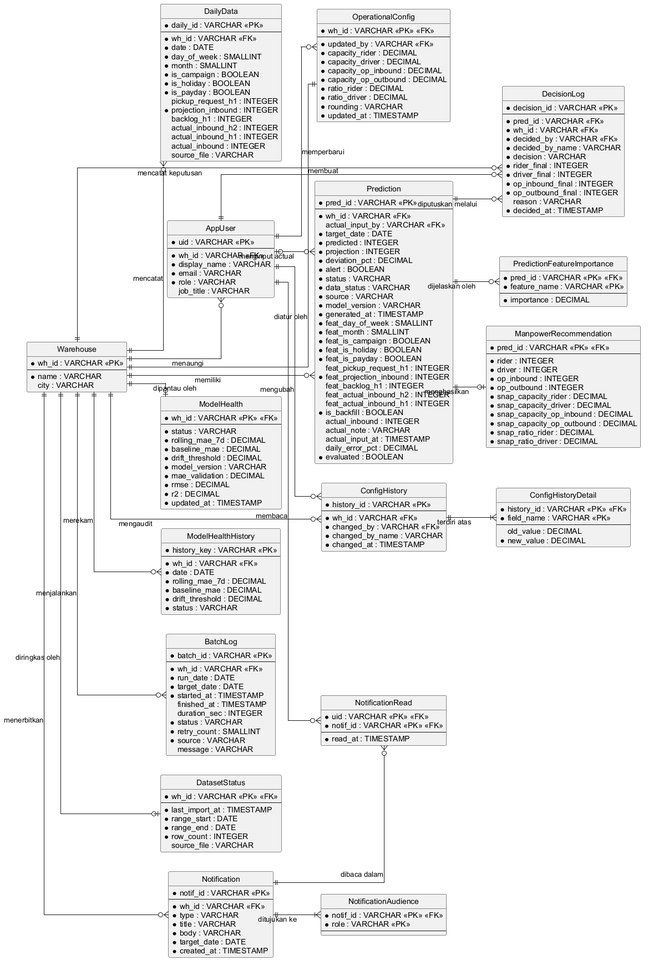
Above: docs/img/erd.png in ILY-Code-1/Flutter-RandomForest-Wipas (PlantUML), before the change. Its diagram source:
```plantuml
@startuml erd
skinparam defaultFontName Arial
skinparam shadowing false
hide circle
skinparam linetype ortho
left to right direction
entity Warehouse {
  * wh_id : VARCHAR <<PK>>
  --
  * name : VARCHAR
  city : VARCHAR
}
entity AppUser {
  * uid : VARCHAR <<PK>>
  --
  * wh_id : VARCHAR <<FK>>
  * display_name : VARCHAR
  * email : VARCHAR
  * role : VARCHAR
  job_title : VARCHAR
}
entity DailyData {
  * daily_id : VARCHAR <<PK>>
  --
  * wh_id : VARCHAR <<FK>>
  * date : DATE
  * day_of_week : SMALLINT
  * month : SMALLINT
  * is_campaign : BOOLEAN
  * is_holiday : BOOLEAN
  * is_payday : BOOLEAN
  pickup_request_h1 : INTEGER
  * projection_inbound : INTEGER
  backlog_h1 : INTEGER
  actual_inbound_h2 : INTEGER
  actual_inbound_h1 : INTEGER
  actual_inbound : INTEGER
  source_file : VARCHAR
}
entity Prediction {
  * pred_id : VARCHAR <<PK>>
  --
  * wh_id : VARCHAR <<FK>>
  actual_input_by : VARCHAR <<FK>>
  * target_date : DATE
  * predicted : INTEGER
  * projection : INTEGER
  * deviation_pct : DECIMAL
  * alert : BOOLEAN
  * status : VARCHAR
  * data_status : VARCHAR
  * source : VARCHAR
  * model_version : VARCHAR
  * generated_at : TIMESTAMP
  * feat_day_of_week : SMALLINT
  * feat_month : SMALLINT
  * feat_is_campaign : BOOLEAN
  * feat_is_holiday : BOOLEAN
  * feat_is_payday : BOOLEAN
  feat_pickup_request_h1 : INTEGER
  * feat_projection_inbound : INTEGER
  feat_backlog_h1 : INTEGER
  feat_actual_inbound_h2 : INTEGER
  feat_actual_inbound_h1 : INTEGER
  * is_backfill : BOOLEAN
  actual_inbound : INTEGER
  actual_note : VARCHAR
  actual_input_at : TIMESTAMP
  daily_error_pct : DECIMAL
  * evaluated : BOOLEAN
}
entity ManpowerRecommendation {
  * pred_id : VARCHAR <<PK>> <<FK>>
  --
  * rider : INTEGER
  * driver : INTEGER
  * op_inbound : INTEGER
  * op_outbound : INTEGER
  * snap_capacity_rider : DECIMAL
  * snap_capacity_driver : DECIMAL
  * snap_capacity_op_inbound : DECIMAL
  * snap_capacity_op_outbound : DECIMAL
  * snap_ratio_rider : DECIMAL
  * snap_ratio_driver : DECIMAL
}
entity PredictionFeatureImportance {
  * pred_id : VARCHAR <<PK>> <<FK>>
  * feature_name : VARCHAR <<PK>>
  --
  * importance : DECIMAL
}
entity OperationalConfig {
  * wh_id : VARCHAR <<PK>> <<FK>>
  --
  * updated_by : VARCHAR <<FK>>
  * capacity_rider : DECIMAL
  * capacity_driver : DECIMAL
  * capacity_op_inbound : DECIMAL
  * capacity_op_outbound : DECIMAL
  * ratio_rider : DECIMAL
  * ratio_driver : DECIMAL
  * rounding : VARCHAR
  * updated_at : TIMESTAMP
}
entity ConfigHistory {
  * history_id : VARCHAR <<PK>>
  --
  * wh_id : VARCHAR <<FK>>
  * changed_by : VARCHAR <<FK>>
  * changed_by_name : VARCHAR
  * changed_at : TIMESTAMP
}
entity ConfigHistoryDetail {
  * history_id : VARCHAR <<PK>> <<FK>>
  * field_name : VARCHAR <<PK>>
  --
  old_value : DECIMAL
  * new_value : DECIMAL
}
entity DecisionLog {
  * decision_id : VARCHAR <<PK>>
  --
  * pred_id : VARCHAR <<FK>>
  * wh_id : VARCHAR <<FK>>
  * decided_by : VARCHAR <<FK>>
  * decided_by_name : VARCHAR
  * decision : VARCHAR
  * rider_final : INTEGER
  * driver_final : INTEGER
  * op_inbound_final : INTEGER
  * op_outbound_final : INTEGER
  reason : VARCHAR
  * decided_at : TIMESTAMP
}
entity ModelHealth {
  * wh_id : VARCHAR <<PK>> <<FK>>
  --
  * status : VARCHAR
  * rolling_mae_7d : DECIMAL
  * baseline_mae : DECIMAL
  * drift_threshold : DECIMAL
  * model_version : VARCHAR
  * mae_validation : DECIMAL
  * rmse : DECIMAL
  * r2 : DECIMAL
  * updated_at : TIMESTAMP
}
entity ModelHealthHistory {
  * history_key : VARCHAR <<PK>>
  --
  * wh_id : VARCHAR <<FK>>
  * date : DATE
  * rolling_mae_7d : DECIMAL
  * baseline_mae : DECIMAL
  * drift_threshold : DECIMAL
  * status : VARCHAR
}
entity BatchLog {
  * batch_id : VARCHAR <<PK>>
  --
  * wh_id : VARCHAR <<FK>>
  * run_date : DATE
  * target_date : DATE
  * started_at : TIMESTAMP
  finished_at : TIMESTAMP
  duration_sec : INTEGER
  * status : VARCHAR
  * retry_count : SMALLINT
  * source : VARCHAR
  message : VARCHAR
}
entity DatasetStatus {
  * wh_id : VARCHAR <<PK>> <<FK>>
  --
  * last_import_at : TIMESTAMP
  * range_start : DATE
  * range_end : DATE
  * row_count : INTEGER
  source_file : VARCHAR
}
entity Notification {
  * notif_id : VARCHAR <<PK>>
  --
  * wh_id : VARCHAR <<FK>>
  * type : VARCHAR
  * title : VARCHAR
  * body : VARCHAR
  * target_date : DATE
  * created_at : TIMESTAMP
}
entity NotificationAudience {
  * notif_id : VARCHAR <<PK>> <<FK>>
  * role : VARCHAR <<PK>>
  --
}
entity NotificationRead {
  * uid : VARCHAR <<PK>> <<FK>>
  * notif_id : VARCHAR <<PK>> <<FK>>
  --
  * read_at : TIMESTAMP
}
Warehouse ||--o{ AppUser : menaungi
Warehouse ||--o{ DailyData : mencatat
Warehouse ||--o{ Prediction : memiliki
Warehouse ||--|| OperationalConfig : diatur oleh
Warehouse ||--o| ModelHealth : dipantau oleh
Warehouse ||--o{ ModelHealthHistory : merekam
Warehouse ||--o{ BatchLog : menjalankan
Warehouse ||--o| DatasetStatus : diringkas oleh
Warehouse ||--o{ Notification : menerbitkan
Warehouse ||--o{ ConfigHistory : mengaudit
Warehouse ||--o{ DecisionLog : mencatat keputusan
Prediction ||--o| ManpowerRecommendation : menghasilkan
Prediction ||--o{ PredictionFeatureImportance : dijelaskan oleh
Prediction ||--o{ DecisionLog : diputuskan melalui
AppUser ||--o{ DecisionLog : membuat
AppUser |o--o{ Prediction : menginput actual
AppUser ||--o{ OperationalConfig : memperbarui
AppUser ||--o{ ConfigHistory : mengubah
ConfigHistory ||--|{ ConfigHistoryDetail : terdiri atas
Notification ||--|{ NotificationAudience : ditujukan ke
AppUser ||--o{ NotificationRead : membaca
Notification ||--o{ NotificationRead : dibaca dalam
@enduml
```
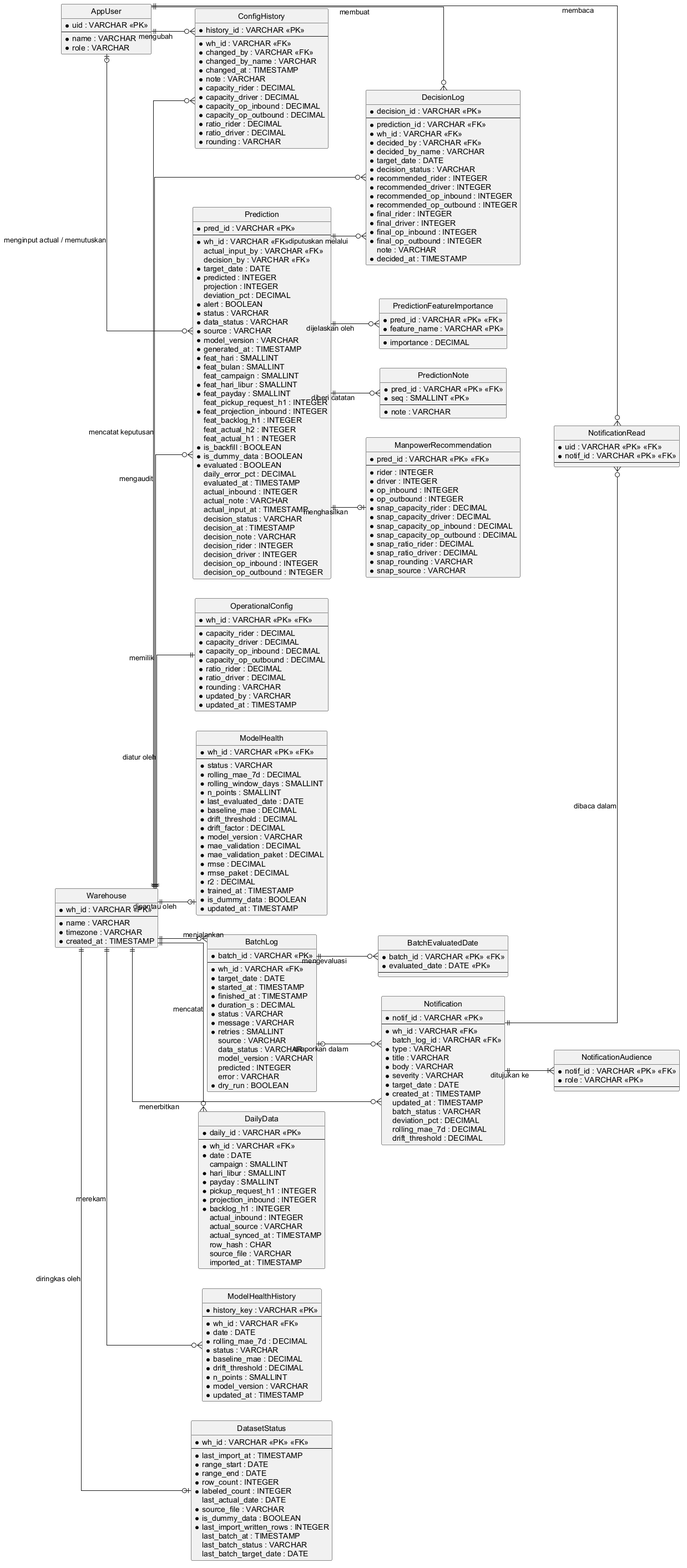
Above is the later version.

Diff of the diagram source:
```diff
@@ -8,66 +8,80 @@
   * wh_id : VARCHAR <<PK>>
   --
   * name : VARCHAR
-  city : VARCHAR
+  * timezone : VARCHAR
+  * created_at : TIMESTAMP
 }
 entity AppUser {
   * uid : VARCHAR <<PK>>
   --
-  * wh_id : VARCHAR <<FK>>
-  * display_name : VARCHAR
-  * email : VARCHAR
+  * name : VARCHAR
   * role : VARCHAR
-  job_title : VARCHAR
 }
 entity DailyData {
   * daily_id : VARCHAR <<PK>>
   --
   * wh_id : VARCHAR <<FK>>
   * date : DATE
-  * day_of_week : SMALLINT
-  * month : SMALLINT
-  * is_campaign : BOOLEAN
-  * is_holiday : BOOLEAN
-  * is_payday : BOOLEAN
-  pickup_request_h1 : INTEGER
+  campaign : SMALLINT
+  * hari_libur : SMALLINT
+  * payday : SMALLINT
+  * pickup_request_h1 : INTEGER
   * projection_inbound : INTEGER
-  backlog_h1 : INTEGER
-  actual_inbound_h2 : INTEGER
-  actual_inbound_h1 : INTEGER
+  * backlog_h1 : INTEGER
   actual_inbound : INTEGER
+  actual_source : VARCHAR
+  actual_synced_at : TIMESTAMP
+  row_hash : CHAR
   source_file : VARCHAR
+  imported_at : TIMESTAMP
 }
 entity Prediction {
   * pred_id : VARCHAR <<PK>>
   --
   * wh_id : VARCHAR <<FK>>
   actual_input_by : VARCHAR <<FK>>
+  decision_by : VARCHAR <<FK>>
   * target_date : DATE
   * predicted : INTEGER
-  * projection : INTEGER
-  * deviation_pct : DECIMAL
+  projection : INTEGER
+  deviation_pct : DECIMAL
   * alert : BOOLEAN
   * status : VARCHAR
   * data_status : VARCHAR
   * source : VARCHAR
   * model_version : VARCHAR
   * generated_at : TIMESTAMP
-  * feat_day_of_week : SMALLINT
-  * feat_month : SMALLINT
-  * feat_is_campaign : BOOLEAN
-  * feat_is_holiday : BOOLEAN
-  * feat_is_payday : BOOLEAN
+  * feat_hari : SMALLINT
+  * feat_bulan : SMALLINT
+  feat_campaign : SMALLINT
+  * feat_hari_libur : SMALLINT
+  * feat_payday : SMALLINT
   feat_pickup_request_h1 : INTEGER
   * feat_projection_inbound : INTEGER
   feat_backlog_h1 : INTEGER
-  feat_actual_inbound_h2 : INTEGER
-  feat_actual_inbound_h1 : INTEGER
+  feat_actual_h2 : INTEGER
+  feat_actual_h1 : INTEGER
   * is_backfill : BOOLEAN
+  * is_dummy_data : BOOLEAN
+  * evaluated : BOOLEAN
+  daily_error_pct : DECIMAL
+  evaluated_at : TIMESTAMP
   actual_inbound : INTEGER
   actual_note : VARCHAR
   actual_input_at : TIMESTAMP
-  daily_error_pct : DECIMAL
-  * evaluated : BOOLEAN
+  decision_status : VARCHAR
+  decision_at : TIMESTAMP
+  decision_note : VARCHAR
+  decision_rider : INTEGER
+  decision_driver : INTEGER
+  decision_op_inbound : INTEGER
+  decision_op_outbound : INTEGER
+}
+entity PredictionNote {
+  * pred_id : VARCHAR <<PK>> <<FK>>
+  * seq : SMALLINT <<PK>>
+  --
+  * note : VARCHAR
 }
 entity ManpowerRecommendation {
   * pred_id : VARCHAR <<PK>> <<FK>>
@@ -82,6 +96,8 @@
   * snap_capacity_op_outbound : DECIMAL
   * snap_ratio_rider : DECIMAL
   * snap_ratio_driver : DECIMAL
+  * snap_rounding : VARCHAR
+  * snap_source : VARCHAR
 }
 entity PredictionFeatureImportance {
   * pred_id : VARCHAR <<PK>> <<FK>>
@@ -92,7 +108,6 @@
 entity OperationalConfig {
   * wh_id : VARCHAR <<PK>> <<FK>>
   --
-  * updated_by : VARCHAR <<FK>>
   * capacity_rider : DECIMAL
   * capacity_driver : DECIMAL
   * capacity_op_inbound : DECIMAL
@@ -100,6 +115,7 @@
   * ratio_rider : DECIMAL
   * ratio_driver : DECIMAL
   * rounding : VARCHAR
+  * updated_by : VARCHAR
   * updated_at : TIMESTAMP
 }
 entity ConfigHistory {
@@ -109,27 +125,33 @@
   * changed_by : VARCHAR <<FK>>
   * changed_by_name : VARCHAR
   * changed_at : TIMESTAMP
-}
-entity ConfigHistoryDetail {
-  * history_id : VARCHAR <<PK>> <<FK>>
-  * field_name : VARCHAR <<PK>>
-  --
-  old_value : DECIMAL
-  * new_value : DECIMAL
+  * note : VARCHAR
+  * capacity_rider : DECIMAL
+  * capacity_driver : DECIMAL
+  * capacity_op_inbound : DECIMAL
+  * capacity_op_outbound : DECIMAL
+  * ratio_rider : DECIMAL
+  * ratio_driver : DECIMAL
+  * rounding : VARCHAR
 }
 entity DecisionLog {
   * decision_id : VARCHAR <<PK>>
   --
-  * pred_id : VARCHAR <<FK>>
+  * prediction_id : VARCHAR <<FK>>
   * wh_id : VARCHAR <<FK>>
   * decided_by : VARCHAR <<FK>>
   * decided_by_name : VARCHAR
-  * decision : VARCHAR
-  * rider_final : INTEGER
-  * driver_final : INTEGER
-  * op_inbound_final : INTEGER
-  * op_outbound_final : INTEGER
-  reason : VARCHAR
+  * target_date : DATE
+  * decision_status : VARCHAR
+  * recommended_rider : INTEGER
+  * recommended_driver : INTEGER
+  * recommended_op_inbound : INTEGER
+  * recommended_op_outbound : INTEGER
+  * final_rider : INTEGER
+  * final_driver : INTEGER
+  * final_op_inbound : INTEGER
+  * final_op_outbound : INTEGER
+  note : VARCHAR
   * decided_at : TIMESTAMP
 }
 entity ModelHealth {
@@ -137,12 +159,20 @@
   --
   * status : VARCHAR
   * rolling_mae_7d : DECIMAL
+  * rolling_window_days : SMALLINT
+  * n_points : SMALLINT
+  * last_evaluated_date : DATE
   * baseline_mae : DECIMAL
   * drift_threshold : DECIMAL
+  * drift_factor : DECIMAL
   * model_version : VARCHAR
   * mae_validation : DECIMAL
+  * mae_validation_paket : DECIMAL
   * rmse : DECIMAL
+  * rmse_paket : DECIMAL
   * r2 : DECIMAL
+  * trained_at : TIMESTAMP
+  * is_dummy_data : BOOLEAN
   * updated_at : TIMESTAMP
 }
 entity ModelHealthHistory {
@@ -151,23 +181,35 @@
   * wh_id : VARCHAR <<FK>>
   * date : DATE
   * rolling_mae_7d : DECIMAL
+  * status : VARCHAR
   * baseline_mae : DECIMAL
   * drift_threshold : DECIMAL
-  * status : VARCHAR
+  * n_points : SMALLINT
+  * model_version : VARCHAR
+  * updated_at : TIMESTAMP
 }
 entity BatchLog {
   * batch_id : VARCHAR <<PK>>
   --
   * wh_id : VARCHAR <<FK>>
-  * run_date : DATE
   * target_date : DATE
   * started_at : TIMESTAMP
-  finished_at : TIMESTAMP
-  duration_sec : INTEGER
+  * finished_at : TIMESTAMP
+  * duration_s : DECIMAL
   * status : VARCHAR
-  * retry_count : SMALLINT
-  * source : VARCHAR
-  message : VARCHAR
+  * message : VARCHAR
+  * retries : SMALLINT
+  source : VARCHAR
+  data_status : VARCHAR
+  model_version : VARCHAR
+  predicted : INTEGER
+  error : VARCHAR
+  * dry_run : BOOLEAN
+}
+entity BatchEvaluatedDate {
+  * batch_id : VARCHAR <<PK>> <<FK>>
+  * evaluated_date : DATE <<PK>>
+  --
 }
 entity DatasetStatus {
   * wh_id : VARCHAR <<PK>> <<FK>>
@@ -176,17 +218,31 @@
   * range_start : DATE
   * range_end : DATE
   * row_count : INTEGER
-  source_file : VARCHAR
+  * labeled_count : INTEGER
+  last_actual_date : DATE
+  * source_file : VARCHAR
+  * is_dummy_data : BOOLEAN
+  * last_import_written_rows : INTEGER
+  last_batch_at : TIMESTAMP
+  last_batch_status : VARCHAR
+  last_batch_target_date : DATE
 }
 entity Notification {
   * notif_id : VARCHAR <<PK>>
   --
   * wh_id : VARCHAR <<FK>>
+  batch_log_id : VARCHAR <<FK>>
   * type : VARCHAR
   * title : VARCHAR
   * body : VARCHAR
+  * severity : VARCHAR
   * target_date : DATE
   * created_at : TIMESTAMP
+  updated_at : TIMESTAMP
+  batch_status : VARCHAR
+  deviation_pct : DECIMAL
+  rolling_mae_7d : DECIMAL
+  drift_threshold : DECIMAL
 }
 entity NotificationAudience {
   * notif_id : VARCHAR <<PK>> <<FK>>
@@ -197,9 +253,7 @@
   * uid : VARCHAR <<PK>> <<FK>>
   * notif_id : VARCHAR <<PK>> <<FK>>
   --
-  * read_at : TIMESTAMP
 }
-Warehouse ||--o{ AppUser : menaungi
 Warehouse ||--o{ DailyData : mencatat
 Warehouse ||--o{ Prediction : memiliki
 Warehouse ||--|| OperationalConfig : diatur oleh
@@ -212,12 +266,13 @@
 Warehouse ||--o{ DecisionLog : mencatat keputusan
 Prediction ||--o| ManpowerRecommendation : menghasilkan
 Prediction ||--o{ PredictionFeatureImportance : dijelaskan oleh
+Prediction ||--o{ PredictionNote : diberi catatan
 Prediction ||--o{ DecisionLog : diputuskan melalui
 AppUser ||--o{ DecisionLog : membuat
-AppUser |o--o{ Prediction : menginput actual
-AppUser ||--o{ OperationalConfig : memperbarui
+AppUser |o--o{ Prediction : menginput actual / memutuskan
 AppUser ||--o{ ConfigHistory : mengubah
-ConfigHistory ||--|{ ConfigHistoryDetail : terdiri atas
+BatchLog ||--o{ BatchEvaluatedDate : mengevaluasi
+BatchLog |o--o{ Notification : dilaporkan dalam
 Notification ||--|{ NotificationAudience : ditujukan ke
 AppUser ||--o{ NotificationRead : membaca
 Notification ||--o{ NotificationRead : dibaca dalam
```
